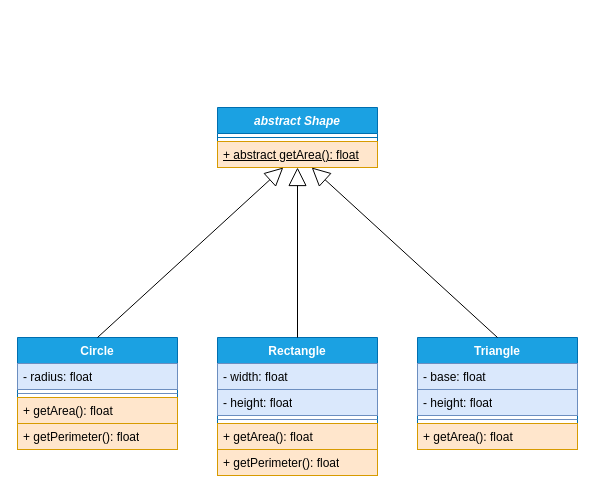
Before: ShapeClass.drawio in bbq-pbo-edu/shapes, a draw.io diagram. Source tidied: cells renumbered, new cells numbered last; positions are measured from the earlier drawing's top-left corner, leaving out a move shared by most shapes. Both pictures are drawn from the tidied source at 100%, with x=0, y=0 at pixel (17, 107).
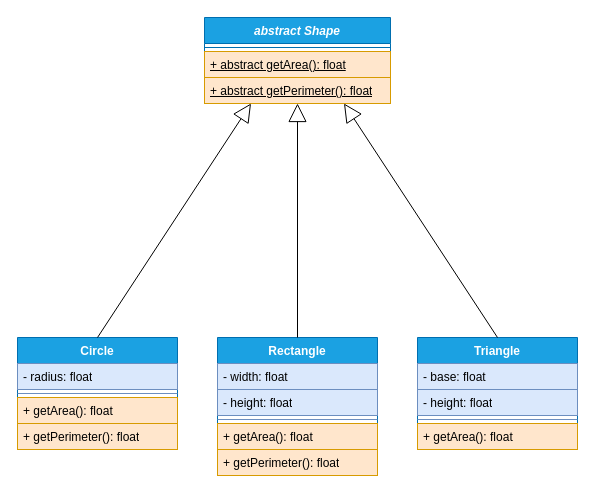
The same diagram, later.

Unchanged cells that the change refers to:
```xml
<mxCell id="5" value="Circle" style="swimlane;fontStyle=1;align=center;verticalAlign=top;horizontal=1;startSize=26;whiteSpace=wrap;html=1;fillColor=#1ba1e2;fontColor=#ffffff;strokeColor=#006EAF;" parent="1" vertex="1">
  <mxGeometry y="230" width="160" height="112" as="geometry" />
</mxCell>
<mxCell id="16" value="Triangle" style="swimlane;fontStyle=1;align=center;verticalAlign=top;horizontal=1;startSize=26;whiteSpace=wrap;html=1;fillColor=#1ba1e2;fontColor=#ffffff;strokeColor=#006EAF;" parent="1" vertex="1">
  <mxGeometry x="400" y="230" width="160" height="112" as="geometry" />
</mxCell>
```

Change to the diagram source:
```diff
@@
     <mxCell id="2" value="&lt;i&gt;abstract Shape&lt;/i&gt;" style="swimlane;fontStyle=1;align=center;verticalAlign=top;horizontal=1;startSize=26;whiteSpace=wrap;html=1;fillColor=#1ba1e2;fontColor=#ffffff;strokeColor=#006EAF;" parent="1" vertex="1">
-      <mxGeometry x="200" width="160" height="60" as="geometry" />
+      <mxGeometry x="187" y="-90" width="186" height="86" as="geometry" />
     </mxCell>
     <mxCell id="3" style="line;strokeWidth=1;fillColor=none;align=left;verticalAlign=middle;spacingTop=-1;spacingLeft=3;spacingRight=3;labelPosition=right;strokeColor=inherit;" parent="2" vertex="1">
-      <mxGeometry y="26" width="160" height="8" as="geometry" />
+      <mxGeometry y="26" width="186" height="8" as="geometry" />
     </mxCell>
     <mxCell id="4" value="&lt;u&gt;+ abstract getArea(): float&lt;/u&gt;" style="text;strokeColor=#d79b00;fillColor=#ffe6cc;align=left;verticalAlign=top;spacingLeft=4;spacingRight=4;overflow=hidden;points=[[0,0.5],[1,0.5]];portConstraint=eastwest;whiteSpace=wrap;html=1;" parent="2" vertex="1">
-      <mxGeometry y="34" width="160" height="26" as="geometry" />
+      <mxGeometry y="34" width="186" height="26" as="geometry" />
     </mxCell>
+    <mxCell id="24" value="&lt;u&gt;+ abstract getPerimeter(): float&lt;/u&gt;" style="text;strokeColor=#d79b00;fillColor=#ffe6cc;align=left;verticalAlign=top;spacingLeft=4;spacingRight=4;overflow=hidden;whiteSpace=wrap;html=1;" parent="2" vertex="1">
+      <mxGeometry y="60" width="186" height="26" as="geometry" />
+    </mxCell>
@@
+    <mxCell id="25" style="endArrow=block;endSize=16;endFill=0;html=1;rounded=0;exitX=0.5;exitY=0;exitDx=0;exitDy=0;entryX=0.25;entryY=1;entryDx=0;entryDy=0;" parent="1" edge="1" source="5" target="2">
+      <mxGeometry relative="1" as="geometry" />
+    </mxCell>
+    <mxCell id="26" style="endArrow=block;endSize=16;endFill=0;html=1;rounded=0;exitX=0.5;exitY=0;exitDx=0;exitDy=0;entryX=0.75;entryY=1;entryDx=0;entryDy=0;" parent="1" edge="1" source="16" target="2">
+      <mxGeometry relative="1" as="geometry" />
+    </mxCell>
@@
-    <mxCell id="22" style="endArrow=block;endSize=16;endFill=0;html=1;rounded=0;exitX=0.5;exitY=0;exitDx=0;exitDy=0;" parent="1" edge="1" source="5" target="4">
-      <mxGeometry relative="1" as="geometry" />
-    </mxCell>
-    <mxCell id="23" style="endArrow=block;endSize=16;endFill=0;html=1;rounded=0;exitX=0.5;exitY=0;exitDx=0;exitDy=0;" parent="1" edge="1" source="16" target="4">
-      <mxGeometry relative="1" as="geometry" />
-    </mxCell>
```
